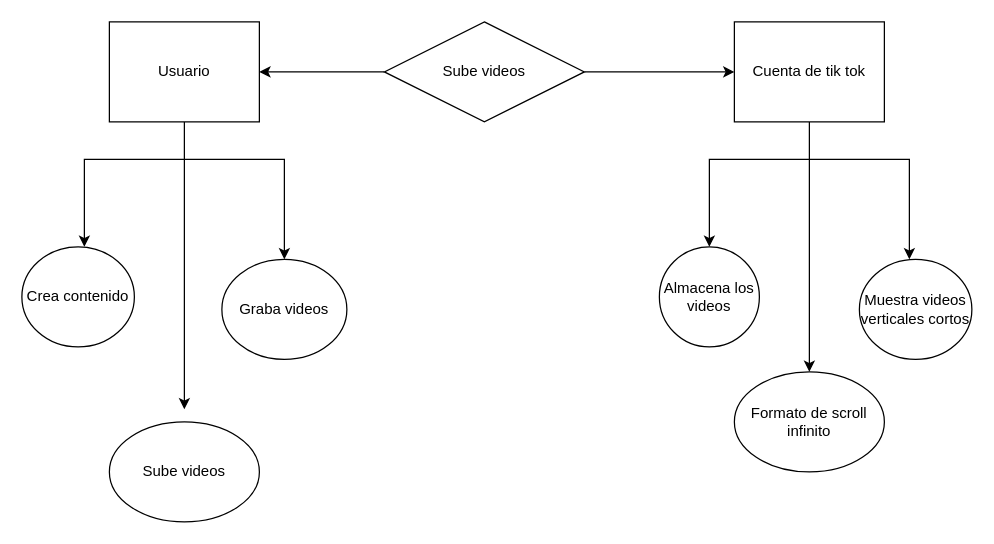
Soysakiaytuno/ExamenFinalSem1 keeps this draw.io diagram as basededatos.drawio. Above is the earlier version. Source tidied: cells renumbered, new cells numbered last; positions are measured from the earlier drawing's top-left corner, leaving out a move shared by most shapes. Both pictures are drawn from the tidied source at 125%, with x=0, y=0 at pixel (21, 21).
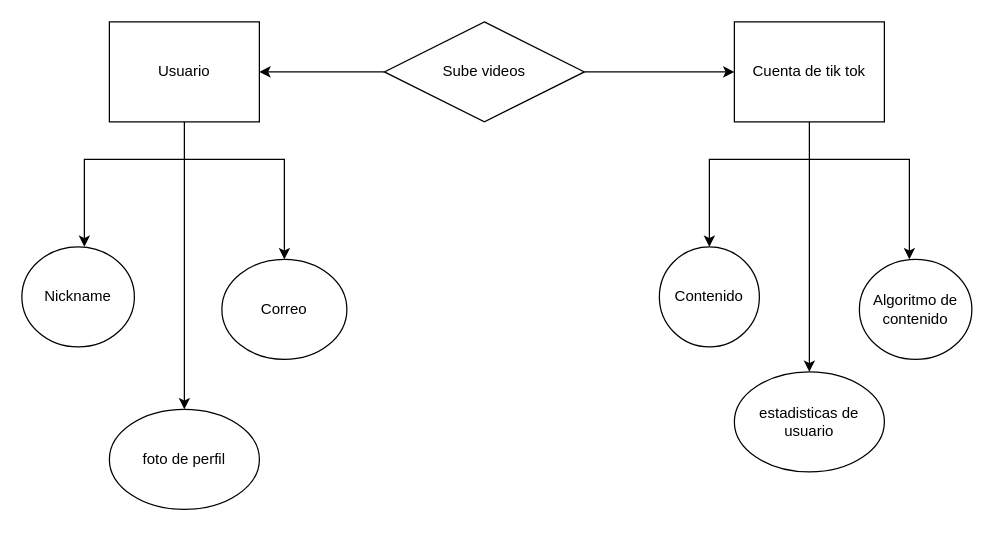
Above is the later version.

Diff of the diagram source:
```diff
@@
-    <mxCell id="13" value="Almacena los videos" style="ellipse;whiteSpace=wrap;html=1;" parent="1" vertex="1">
+    <mxCell id="13" value="Contenido" style="ellipse;whiteSpace=wrap;html=1;" parent="1" vertex="1">
       <mxGeometry x="510" y="180" width="80" height="80" as="geometry" />
     </mxCell>
-    <mxCell id="14" value="Muestra videos verticales cortos" style="ellipse;whiteSpace=wrap;html=1;" parent="1" vertex="1">
+    <mxCell id="14" value="Algoritmo de contenido" style="ellipse;whiteSpace=wrap;html=1;" parent="1" vertex="1">
       <mxGeometry x="670" y="190" width="90" height="80" as="geometry" />
     </mxCell>
-    <mxCell id="15" value="Formato de scroll infinito" style="ellipse;whiteSpace=wrap;html=1;" parent="1" vertex="1">
+    <mxCell id="15" value="estadisticas de usuario" style="ellipse;whiteSpace=wrap;html=1;" parent="1" vertex="1">
       <mxGeometry x="570" y="280" width="120" height="80" as="geometry" />
     </mxCell>
-    <mxCell id="16" value="Graba videos" style="ellipse;whiteSpace=wrap;html=1;" parent="1" vertex="1">
+    <mxCell id="16" value="Correo" style="ellipse;whiteSpace=wrap;html=1;" parent="1" vertex="1">
       <mxGeometry x="160" y="190" width="100" height="80" as="geometry" />
     </mxCell>
-    <mxCell id="17" value="Crea contenido" style="ellipse;whiteSpace=wrap;html=1;" parent="1" vertex="1">
+    <mxCell id="17" value="Nickname" style="ellipse;whiteSpace=wrap;html=1;" parent="1" vertex="1">
       <mxGeometry y="180" width="90" height="80" as="geometry" />
     </mxCell>
-    <mxCell id="18" value="Sube videos" style="ellipse;whiteSpace=wrap;html=1;" parent="1" vertex="1">
-      <mxGeometry x="70" y="320" width="120" height="80" as="geometry" />
+    <mxCell id="18" value="foto de perfil" style="ellipse;whiteSpace=wrap;html=1;" parent="1" vertex="1">
+      <mxGeometry x="70" y="310" width="120" height="80" as="geometry" />
     </mxCell>
```
